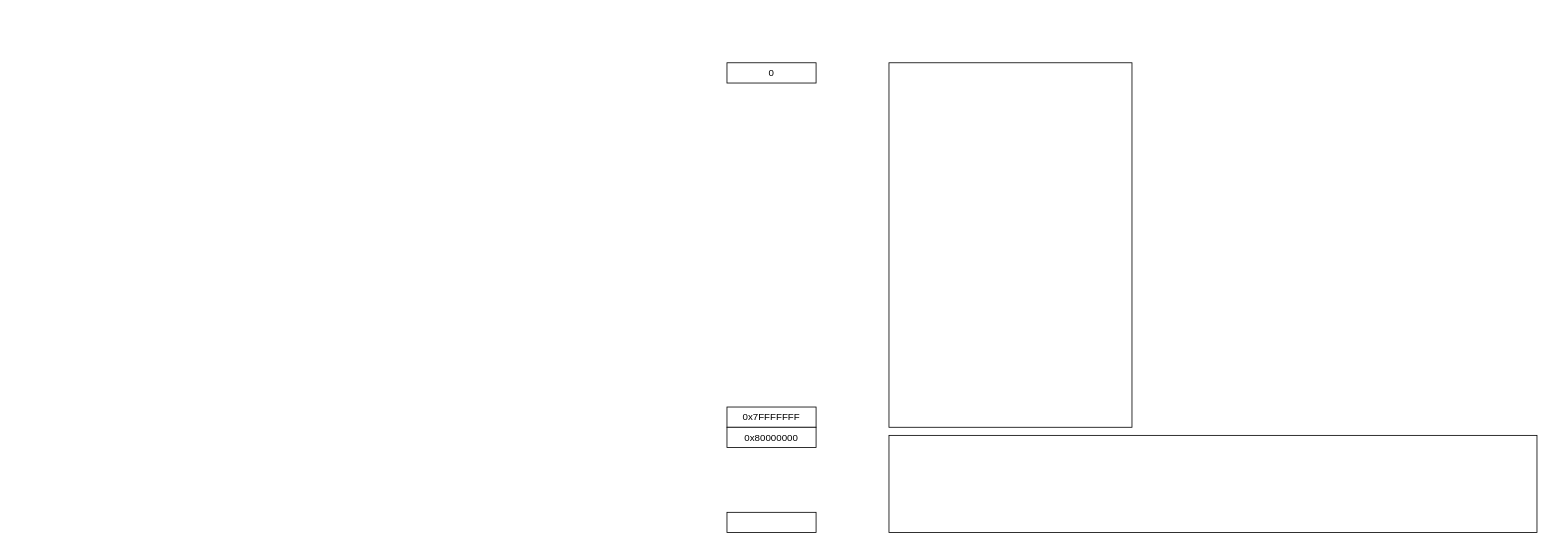
The draw.io diagram 内存PE结构.drawio in idbanfan/drawio, before the edit. Source tidied: cells renumbered, new cells numbered last; positions are measured from the earlier drawing's top-left corner, leaving out a move shared by most shapes. Both pictures are drawn from the tidied source at 81%, with x=0, y=0 at pixel (727, 62).
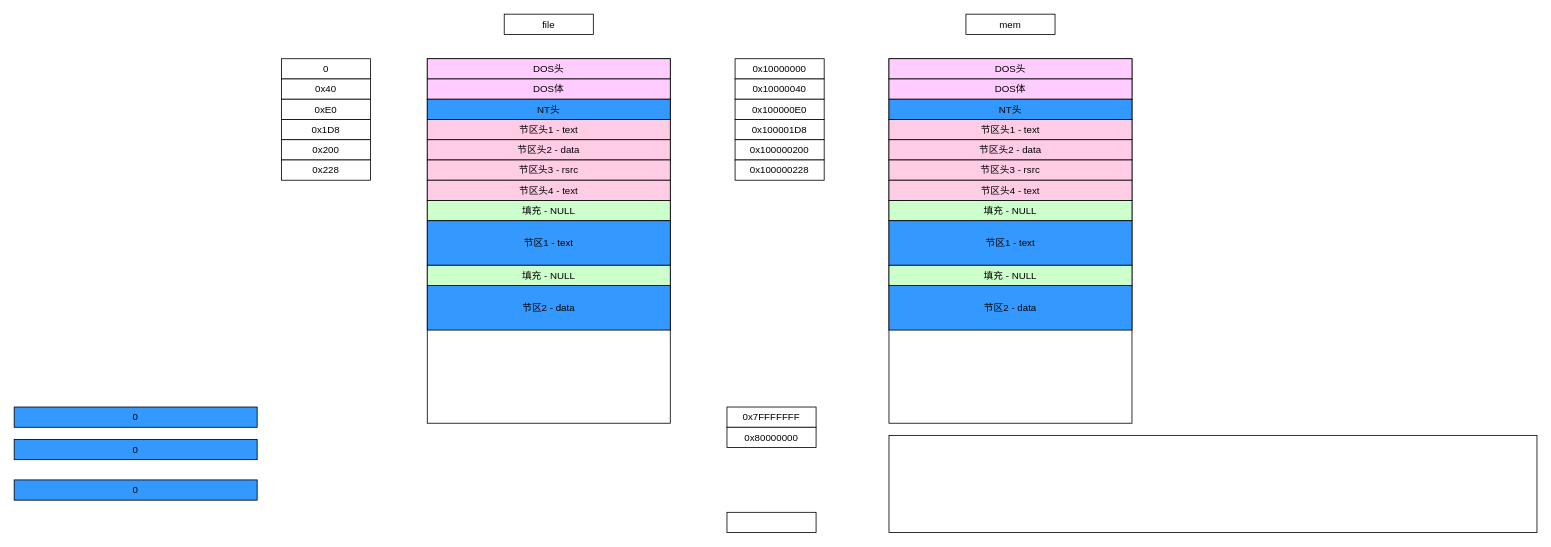
The same page after the edit.

Commit message (it also covers changes not shown here):
更新内存PE结构.drawio

Diff of the diagram source:
```diff
@@
-    <mxCell id="2" style="rounded=0;whiteSpace=wrap;html=1;" parent="1" vertex="1">
-      <mxGeometry x="200" width="300" height="450" as="geometry" />
-    </mxCell>
@@
-    <mxCell id="5" value="0" style="rounded=0;whiteSpace=wrap;html=1;" parent="1" vertex="1">
-      <mxGeometry width="110" height="25" as="geometry" />
-    </mxCell>
@@
+    <mxCell id="8" style="rounded=0;whiteSpace=wrap;html=1;" parent="1" vertex="1">
+      <mxGeometry x="-370" y="-5" width="300" height="450" as="geometry" />
+    </mxCell>
+    <mxCell id="5" value="0" style="rounded=0;whiteSpace=wrap;html=1;" parent="1" vertex="1">
+      <mxGeometry x="-550" y="-5" width="110" height="25" as="geometry" />
+    </mxCell>
+    <mxCell id="9" value="DOS头" style="rounded=0;whiteSpace=wrap;html=1;fillColor=#FFCCFF;" parent="1" vertex="1">
+      <mxGeometry x="-370" y="-5" width="300" height="25" as="geometry" />
+    </mxCell>
+    <mxCell id="10" value="0" style="rounded=0;whiteSpace=wrap;html=1;fillColor=#3399FF;" parent="1" vertex="1">
+      <mxGeometry x="-880" y="425" width="300" height="25" as="geometry" />
+    </mxCell>
+    <mxCell id="11" value="0" style="rounded=0;whiteSpace=wrap;html=1;fillColor=#3399FF;" parent="1" vertex="1">
+      <mxGeometry x="-880" y="515" width="300" height="25" as="geometry" />
+    </mxCell>
+    <mxCell id="12" value="DOS体" style="rounded=0;whiteSpace=wrap;html=1;fillColor=#FFCCFF;" parent="1" vertex="1">
+      <mxGeometry x="-370" y="20" width="300" height="25" as="geometry" />
+    </mxCell>
+    <mxCell id="13" value="0" style="rounded=0;whiteSpace=wrap;html=1;fillColor=#3399FF;" parent="1" vertex="1">
+      <mxGeometry x="-880" y="465" width="300" height="25" as="geometry" />
+    </mxCell>
+    <mxCell id="14" value="NT头" style="rounded=0;whiteSpace=wrap;html=1;fillColor=#3399FF;" parent="1" vertex="1">
+      <mxGeometry x="-370" y="45" width="300" height="25" as="geometry" />
+    </mxCell>
+    <mxCell id="15" value="节区头1 - text" style="rounded=0;whiteSpace=wrap;html=1;fillColor=#FFCCE6;" parent="1" vertex="1">
+      <mxGeometry x="-370" y="70" width="300" height="25" as="geometry" />
+    </mxCell>
+    <mxCell id="16" value="节区头2 - data" style="rounded=0;whiteSpace=wrap;html=1;fillColor=#FFCCE6;" parent="1" vertex="1">
+      <mxGeometry x="-370" y="95" width="300" height="25" as="geometry" />
+    </mxCell>
+    <mxCell id="17" value="节区头3 - rsrc" style="rounded=0;whiteSpace=wrap;html=1;fillColor=#FFCCE6;" parent="1" vertex="1">
+      <mxGeometry x="-370" y="120" width="300" height="25" as="geometry" />
+    </mxCell>
+    <mxCell id="18" value="节区头4 - text" style="rounded=0;whiteSpace=wrap;html=1;fillColor=#FFCCE6;" parent="1" vertex="1">
+      <mxGeometry x="-370" y="145" width="300" height="25" as="geometry" />
+    </mxCell>
+    <mxCell id="19" value="填充 - NULL" style="rounded=0;whiteSpace=wrap;html=1;fillColor=#CCFFCC;" parent="1" vertex="1">
+      <mxGeometry x="-370" y="170" width="300" height="25" as="geometry" />
+    </mxCell>
+    <mxCell id="20" value="节区1 - text" style="rounded=0;whiteSpace=wrap;html=1;fillColor=#3399FF;" parent="1" vertex="1">
+      <mxGeometry x="-370" y="195" width="300" height="55" as="geometry" />
+    </mxCell>
+    <mxCell id="21" value="节区2 - data" style="rounded=0;whiteSpace=wrap;html=1;fillColor=#3399FF;" parent="1" vertex="1">
+      <mxGeometry x="-370" y="275" width="300" height="55" as="geometry" />
+    </mxCell>
+    <mxCell id="22" value="填充 - NULL" style="rounded=0;whiteSpace=wrap;html=1;fillColor=#CCFFCC;" parent="1" vertex="1">
+      <mxGeometry x="-370" y="250" width="300" height="25" as="geometry" />
+    </mxCell>
+    <mxCell id="23" value="0x40" style="rounded=0;whiteSpace=wrap;html=1;" parent="1" vertex="1">
+      <mxGeometry x="-550" y="20" width="110" height="25" as="geometry" />
+    </mxCell>
+    <mxCell id="24" value="0xE0" style="rounded=0;whiteSpace=wrap;html=1;" parent="1" vertex="1">
+      <mxGeometry x="-550" y="45" width="110" height="25" as="geometry" />
+    </mxCell>
+    <mxCell id="25" value="0x1D8" style="rounded=0;whiteSpace=wrap;html=1;" parent="1" vertex="1">
+      <mxGeometry x="-550" y="70" width="110" height="25" as="geometry" />
+    </mxCell>
+    <mxCell id="26" value="0x200" style="rounded=0;whiteSpace=wrap;html=1;" parent="1" vertex="1">
+      <mxGeometry x="-550" y="95" width="110" height="25" as="geometry" />
+    </mxCell>
+    <mxCell id="27" value="file" style="rounded=0;whiteSpace=wrap;html=1;" parent="1" vertex="1">
+      <mxGeometry x="-275" y="-60" width="110" height="25" as="geometry" />
+    </mxCell>
+    <mxCell id="28" value="mem" style="rounded=0;whiteSpace=wrap;html=1;" parent="1" vertex="1">
+      <mxGeometry x="295" y="-60" width="110" height="25" as="geometry" />
+    </mxCell>
+    <mxCell id="29" value="0x228" style="rounded=0;whiteSpace=wrap;html=1;" parent="1" vertex="1">
+      <mxGeometry x="-550" y="120" width="110" height="25" as="geometry" />
+    </mxCell>
+    <mxCell id="30" style="rounded=0;whiteSpace=wrap;html=1;" parent="1" vertex="1">
+      <mxGeometry x="200" y="-5" width="300" height="450" as="geometry" />
+    </mxCell>
+    <mxCell id="31" value="DOS头" style="rounded=0;whiteSpace=wrap;html=1;fillColor=#FFCCFF;" parent="1" vertex="1">
+      <mxGeometry x="200" y="-5" width="300" height="25" as="geometry" />
+    </mxCell>
+    <mxCell id="32" value="DOS体" style="rounded=0;whiteSpace=wrap;html=1;fillColor=#FFCCFF;" parent="1" vertex="1">
+      <mxGeometry x="200" y="20" width="300" height="25" as="geometry" />
+    </mxCell>
+    <mxCell id="33" value="NT头" style="rounded=0;whiteSpace=wrap;html=1;fillColor=#3399FF;" parent="1" vertex="1">
+      <mxGeometry x="200" y="45" width="300" height="25" as="geometry" />
+    </mxCell>
+    <mxCell id="34" value="节区头1 - text" style="rounded=0;whiteSpace=wrap;html=1;fillColor=#FFCCE6;" parent="1" vertex="1">
+      <mxGeometry x="200" y="70" width="300" height="25" as="geometry" />
+    </mxCell>
+    <mxCell id="35" value="节区头2 - data" style="rounded=0;whiteSpace=wrap;html=1;fillColor=#FFCCE6;" parent="1" vertex="1">
+      <mxGeometry x="200" y="95" width="300" height="25" as="geometry" />
+    </mxCell>
+    <mxCell id="36" value="节区头3 - rsrc" style="rounded=0;whiteSpace=wrap;html=1;fillColor=#FFCCE6;" parent="1" vertex="1">
+      <mxGeometry x="200" y="120" width="300" height="25" as="geometry" />
+    </mxCell>
+    <mxCell id="37" value="节区头4 - text" style="rounded=0;whiteSpace=wrap;html=1;fillColor=#FFCCE6;" parent="1" vertex="1">
+      <mxGeometry x="200" y="145" width="300" height="25" as="geometry" />
+    </mxCell>
+    <mxCell id="38" value="填充 - NULL" style="rounded=0;whiteSpace=wrap;html=1;fillColor=#CCFFCC;" parent="1" vertex="1">
+      <mxGeometry x="200" y="170" width="300" height="25" as="geometry" />
+    </mxCell>
+    <mxCell id="39" value="节区1 - text" style="rounded=0;whiteSpace=wrap;html=1;fillColor=#3399FF;" parent="1" vertex="1">
+      <mxGeometry x="200" y="195" width="300" height="55" as="geometry" />
+    </mxCell>
+    <mxCell id="40" value="节区2 - data" style="rounded=0;whiteSpace=wrap;html=1;fillColor=#3399FF;" parent="1" vertex="1">
+      <mxGeometry x="200" y="275" width="300" height="55" as="geometry" />
+    </mxCell>
+    <mxCell id="41" value="填充 - NULL" style="rounded=0;whiteSpace=wrap;html=1;fillColor=#CCFFCC;" parent="1" vertex="1">
+      <mxGeometry x="200" y="250" width="300" height="25" as="geometry" />
+    </mxCell>
+    <mxCell id="42" value="0x10000000" style="rounded=0;whiteSpace=wrap;html=1;" parent="1" vertex="1">
+      <mxGeometry x="10" y="-5" width="110" height="25" as="geometry" />
+    </mxCell>
+    <mxCell id="43" value="0x10000040" style="rounded=0;whiteSpace=wrap;html=1;" parent="1" vertex="1">
+      <mxGeometry x="10" y="20" width="110" height="25" as="geometry" />
+    </mxCell>
+    <mxCell id="44" value="0x100000E0" style="rounded=0;whiteSpace=wrap;html=1;" parent="1" vertex="1">
+      <mxGeometry x="10" y="45" width="110" height="25" as="geometry" />
+    </mxCell>
+    <mxCell id="45" value="0x100001D8" style="rounded=0;whiteSpace=wrap;html=1;" parent="1" vertex="1">
+      <mxGeometry x="10" y="70" width="110" height="25" as="geometry" />
+    </mxCell>
+    <mxCell id="46" value="0x100000200" style="rounded=0;whiteSpace=wrap;html=1;" parent="1" vertex="1">
+      <mxGeometry x="10" y="95" width="110" height="25" as="geometry" />
+    </mxCell>
+    <mxCell id="47" value="0x100000228" style="rounded=0;whiteSpace=wrap;html=1;" parent="1" vertex="1">
+      <mxGeometry x="10" y="120" width="110" height="25" as="geometry" />
+    </mxCell>
```
